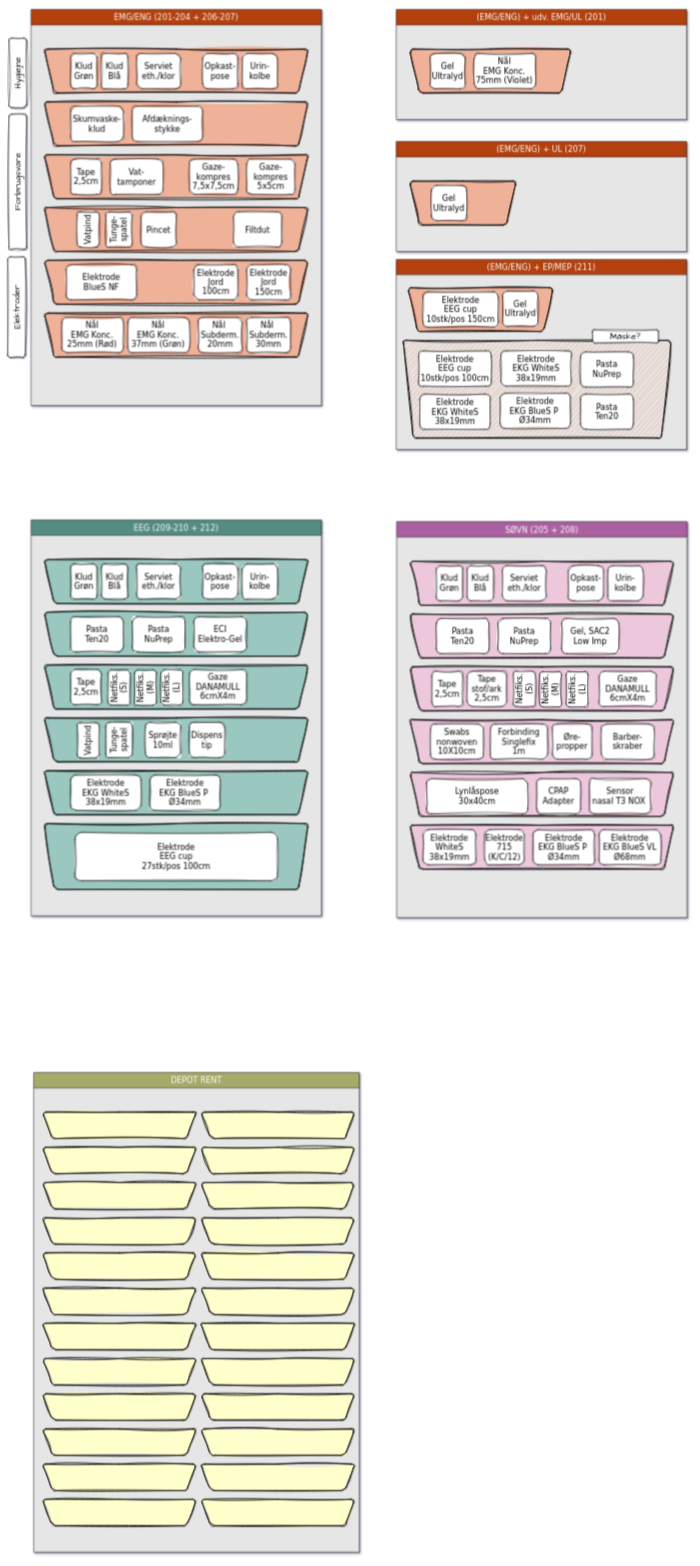
This is Brikskabe v2.drawio from Sighok/hello-world, a draw.io file, before an edit. Source tidied: cells renumbered, new cells numbered last; positions are measured from the earlier drawing's top-left corner, leaving out a move shared by most shapes. Both pictures are drawn from the tidied source at 44%, with x=0, y=0 at pixel (-50, 9).
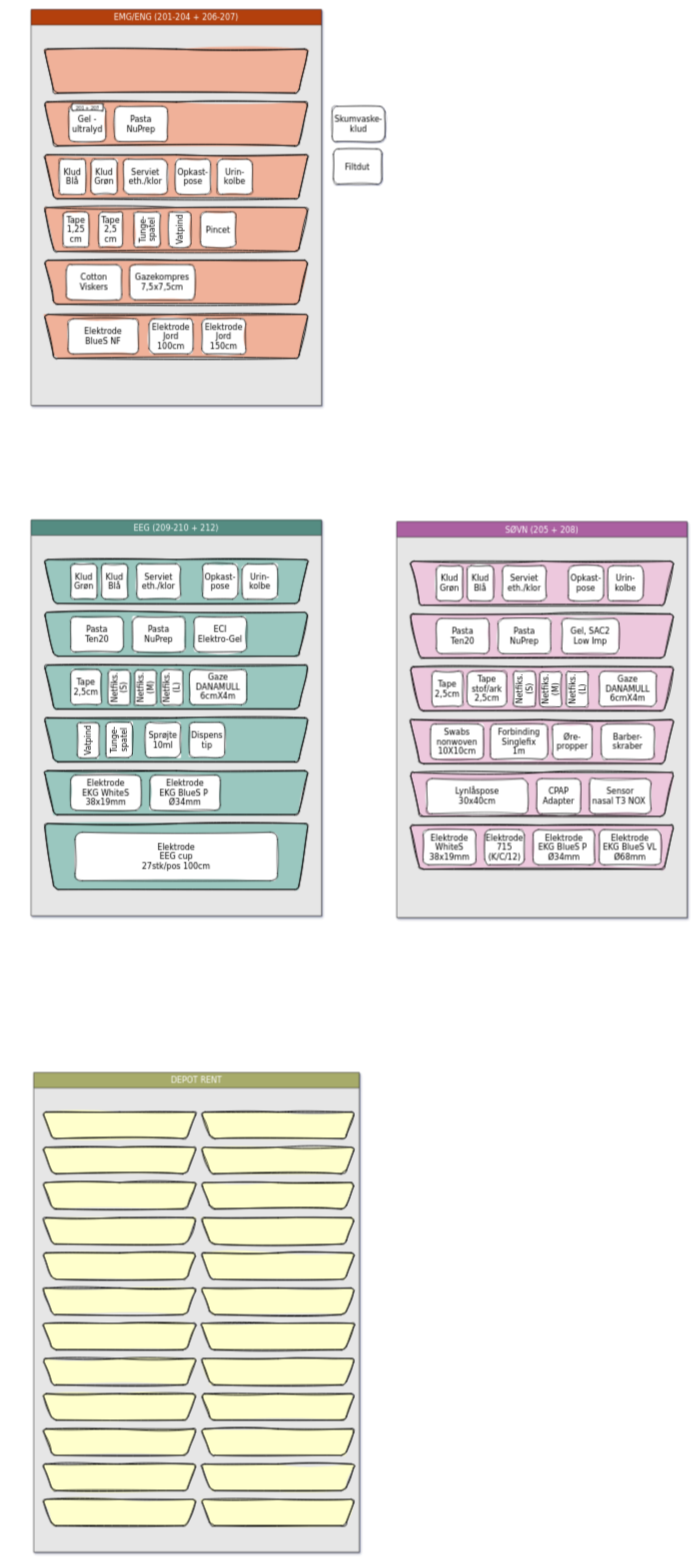
After the change.

Unchanged cells that the change refers to:
```xml
<mxCell id="29" value="EMG/ENG (201-204 + 206-207)" style="swimlane;whiteSpace=wrap;html=1;hachureGap=4;fontFamily=Verdana;fontSize=18;swimlaneFillColor=#E6E6E6;startSize=35;rounded=0;labelBackgroundColor=none;fillStyle=solid;fillColor=#B3400E;fontColor=#FFFFFF;shadow=1;fontStyle=0;glass=0;" parent="1" vertex="1">
  <mxGeometry x="184" width="660" height="900" as="geometry" />
</mxCell>
```

Change to the diagram source:
```diff
@@
-    <mxCell id="31" value="Klud Grøn" style="rounded=1;whiteSpace=wrap;html=1;hachureGap=4;fontFamily=Verdana;fontSize=18;strokeWidth=1;direction=west;rotation=0;sketch=1;curveFitting=1;jiggle=2;" parent="29" vertex="1">
-      <mxGeometry x="90" y="100" width="60" height="80" as="geometry" />
-    </mxCell>
@@
     <mxCell id="36" style="shape=trapezoid;perimeter=trapezoidPerimeter;whiteSpace=wrap;html=1;fixedSize=1;rounded=1;size=22.5;arcSize=17;rotation=-180;labelBackgroundColor=none;shadow=0;fillStyle=solid;strokeWidth=2;perimeterSpacing=0;labelBorderColor=none;fillColor=#F0B199;fontSize=18;fontFamily=Verdana;sketch=1;curveFitting=1;jiggle=2;" parent="29" vertex="1">
-      <mxGeometry x="30" y="690" width="600" height="100" as="geometry" />
+      <mxGeometry x="30" y="693" width="600" height="100" as="geometry" />
     </mxCell>
+    <mxCell id="41" value="Elektrode Jord&lt;br style=&quot;font-size: 18px;&quot;&gt;100cm" style="rounded=1;whiteSpace=wrap;html=1;hachureGap=4;fontFamily=Verdana;fontSize=18;strokeWidth=1;direction=west;rotation=0;spacingRight=2;spacingLeft=2;sketch=1;curveFitting=1;jiggle=2;" parent="29" vertex="1">
+      <mxGeometry x="268" y="703" width="100" height="80" as="geometry" />
+    </mxCell>
+    <mxCell id="42" value="Elektrode&lt;br style=&quot;font-size: 18px;&quot;&gt;BlueS NF" style="rounded=1;whiteSpace=wrap;html=1;hachureGap=4;fontFamily=Verdana;fontSize=18;strokeWidth=1;direction=west;rotation=0;spacingRight=2;spacingLeft=2;sketch=1;curveFitting=1;jiggle=2;" parent="29" vertex="1">
+      <mxGeometry x="84" y="703" width="160" height="80" as="geometry" />
+    </mxCell>
+    <mxCell id="47" value="Gel - ultralyd" style="rounded=1;whiteSpace=wrap;html=1;hachureGap=4;fontFamily=Verdana;fontSize=18;strokeWidth=1;direction=west;rotation=0;spacingRight=2;spacingLeft=2;shadow=0;sketch=1;curveFitting=1;jiggle=2;" parent="29" vertex="1">
+      <mxGeometry x="86" y="220" width="84" height="80" as="geometry" />
+    </mxCell>
+    <mxCell id="52" value="Elektrode Jord&lt;br style=&quot;font-size: 18px;&quot;&gt;150cm" style="rounded=1;whiteSpace=wrap;html=1;hachureGap=4;fontFamily=Verdana;fontSize=18;strokeWidth=1;direction=west;rotation=0;spacingRight=2;spacingLeft=2;sketch=1;curveFitting=1;jiggle=2;" parent="29" vertex="1">
+      <mxGeometry x="388" y="703" width="100" height="80" as="geometry" />
+    </mxCell>
+    <mxCell id="130" value="Pasta&lt;br style=&quot;font-size: 18px;&quot;&gt;NuPrep" style="rounded=1;whiteSpace=wrap;html=1;hachureGap=4;fontFamily=Verdana;fontSize=18;strokeWidth=1;direction=west;rotation=0;spacingRight=2;spacingLeft=2;sketch=1;curveFitting=1;jiggle=2;" parent="29" vertex="1">
+      <mxGeometry x="190" y="220" width="120" height="80" as="geometry" />
+    </mxCell>
     <mxCell id="37" value="Klud Blå" style="rounded=1;whiteSpace=wrap;html=1;hachureGap=4;fontFamily=Verdana;fontSize=18;strokeWidth=1;direction=west;rotation=0;sketch=1;curveFitting=1;jiggle=2;" parent="29" vertex="1">
-      <mxGeometry x="160" y="100" width="60" height="80" as="geometry" />
+      <mxGeometry x="64" y="340" width="60" height="80" as="geometry" />
     </mxCell>
+    <mxCell id="31" value="Klud Grøn" style="rounded=1;whiteSpace=wrap;html=1;hachureGap=4;fontFamily=Verdana;fontSize=18;strokeWidth=1;direction=west;rotation=0;sketch=1;curveFitting=1;jiggle=2;" parent="29" vertex="1">
+      <mxGeometry x="136" y="340" width="60" height="80" as="geometry" />
+    </mxCell>
     <mxCell id="38" value="Serviet&lt;br style=&quot;font-size: 18px;&quot;&gt;eth./klor" style="rounded=1;whiteSpace=wrap;html=1;hachureGap=4;fontFamily=Verdana;fontSize=18;strokeWidth=1;direction=west;rotation=0;shadow=0;sketch=1;curveFitting=1;jiggle=2;" parent="29" vertex="1">
-      <mxGeometry x="240" y="100" width="100" height="80" as="geometry" />
+      <mxGeometry x="210" y="340" width="100" height="80" as="geometry" />
     </mxCell>
     <mxCell id="39" value="Opkast-pose" style="rounded=1;whiteSpace=wrap;html=1;hachureGap=4;fontFamily=Verdana;fontSize=18;strokeWidth=1;direction=west;rotation=0;sketch=1;curveFitting=1;jiggle=2;" parent="29" vertex="1">
-      <mxGeometry x="390" y="100" width="80" height="80" as="geometry" />
+      <mxGeometry x="328" y="340" width="80" height="80" as="geometry" />
     </mxCell>
     <mxCell id="40" value="Urin-kolbe" style="rounded=1;whiteSpace=wrap;html=1;hachureGap=4;fontFamily=Verdana;fontSize=18;strokeWidth=1;direction=west;rotation=0;sketch=1;curveFitting=1;jiggle=2;" parent="29" vertex="1">
-      <mxGeometry x="480" y="100" width="80" height="80" as="geometry" />
+      <mxGeometry x="423" y="340" width="80" height="80" as="geometry" />
     </mxCell>
-    <mxCell id="41" value="Elektrode Jord&lt;br style=&quot;font-size: 18px;&quot;&gt;100cm" style="rounded=1;whiteSpace=wrap;html=1;hachureGap=4;fontFamily=Verdana;fontSize=18;strokeWidth=1;direction=west;rotation=0;spacingRight=2;spacingLeft=2;sketch=1;curveFitting=1;jiggle=2;" parent="29" vertex="1">
-      <mxGeometry x="370" y="580" width="100" height="80" as="geometry" />
-    </mxCell>
-    <mxCell id="42" value="Elektrode&lt;br style=&quot;font-size: 18px;&quot;&gt;BlueS NF" style="rounded=1;whiteSpace=wrap;html=1;hachureGap=4;fontFamily=Verdana;fontSize=18;strokeWidth=1;direction=west;rotation=0;spacingRight=2;spacingLeft=2;sketch=1;curveFitting=1;jiggle=2;" parent="29" vertex="1">
-      <mxGeometry x="80" y="580" width="160" height="80" as="geometry" />
-    </mxCell>
-    <mxCell id="43" value="Tape&lt;br style=&quot;font-size: 18px;&quot;&gt;2,5cm" style="rounded=1;whiteSpace=wrap;html=1;hachureGap=4;fontFamily=Verdana;fontSize=18;strokeWidth=1;direction=west;rotation=0;spacingRight=2;spacingLeft=2;sketch=1;curveFitting=1;jiggle=2;" parent="29" vertex="1">
-      <mxGeometry x="90" y="340" width="70" height="80" as="geometry" />
-    </mxCell>
+    <mxCell id="137" value="Tape&lt;br style=&quot;font-size: 18px;&quot;&gt;2,5 cm" style="rounded=1;whiteSpace=wrap;html=1;hachureGap=4;fontFamily=Verdana;fontSize=18;strokeWidth=1;direction=west;rotation=0;spacingRight=2;spacingLeft=2;sketch=1;curveFitting=1;jiggle=2;" parent="29" vertex="1">
+      <mxGeometry x="154" y="460" width="54" height="80" as="geometry" />
+    </mxCell>
+    <mxCell id="138" value="Tape&lt;br style=&quot;font-size: 18px;&quot;&gt;1,25 cm" style="rounded=1;whiteSpace=wrap;html=1;hachureGap=4;fontFamily=Verdana;fontSize=18;strokeWidth=1;direction=west;rotation=0;spacingRight=2;spacingLeft=2;sketch=1;curveFitting=1;jiggle=2;" parent="29" vertex="1">
+      <mxGeometry x="73" y="460" width="58" height="80" as="geometry" />
+    </mxCell>
+    <mxCell id="45" value="Tunge-spatel" style="rounded=1;whiteSpace=wrap;html=1;hachureGap=4;fontFamily=Verdana;fontSize=18;strokeWidth=1;direction=west;rotation=-90;spacingRight=2;spacingLeft=2;sketch=1;curveFitting=1;jiggle=2;" parent="29" vertex="1">
+      <mxGeometry x="224" y="470" width="80" height="60" as="geometry" />
+    </mxCell>
     <mxCell id="44" value="Vatpind" style="rounded=1;whiteSpace=wrap;html=1;hachureGap=4;fontFamily=Verdana;fontSize=18;strokeWidth=1;direction=west;rotation=-90;spacingRight=2;spacingLeft=2;sketch=1;curveFitting=1;jiggle=2;" parent="29" vertex="1">
-      <mxGeometry x="90" y="475" width="80" height="50" as="geometry" />
+      <mxGeometry x="298" y="475" width="80" height="50" as="geometry" />
     </mxCell>
-    <mxCell id="45" value="Tunge-spatel" style="rounded=1;whiteSpace=wrap;html=1;hachureGap=4;fontFamily=Verdana;fontSize=18;strokeWidth=1;direction=west;rotation=-90;spacingRight=2;spacingLeft=2;sketch=1;curveFitting=1;jiggle=2;" parent="29" vertex="1">
-      <mxGeometry x="160" y="470" width="80" height="60" as="geometry" />
-    </mxCell>
-    <mxCell id="46" value="Vat-tamponer" style="rounded=1;whiteSpace=wrap;html=1;hachureGap=4;fontFamily=Verdana;fontSize=18;strokeWidth=1;direction=west;rotation=0;spacingRight=2;spacingLeft=2;sketch=1;curveFitting=1;jiggle=2;" parent="29" vertex="1">
-      <mxGeometry x="180" y="340" width="120" height="80" as="geometry" />
-    </mxCell>
-    <mxCell id="47" value="Afdæknings-stykke" style="rounded=1;whiteSpace=wrap;html=1;hachureGap=4;fontFamily=Verdana;fontSize=18;strokeWidth=1;direction=west;rotation=0;spacingRight=2;spacingLeft=2;shadow=0;sketch=1;curveFitting=1;jiggle=2;" parent="29" vertex="1">
-      <mxGeometry x="230" y="220" width="160" height="80" as="geometry" />
-    </mxCell>
-    <mxCell id="48" value="Skumvaske-klud" style="rounded=1;whiteSpace=wrap;html=1;hachureGap=4;fontFamily=Verdana;fontSize=18;strokeWidth=1;direction=west;rotation=0;spacingRight=2;spacingLeft=2;shadow=0;sketch=1;curveFitting=1;jiggle=2;" parent="29" vertex="1">
-      <mxGeometry x="90" y="220" width="120" height="80" as="geometry" />
-    </mxCell>
-    <mxCell id="49" value="Nål &lt;br&gt;EMG Konc.&lt;br style=&quot;font-size: 18px;&quot;&gt;25mm (Rød)" style="rounded=1;whiteSpace=wrap;html=1;hachureGap=4;fontFamily=Verdana;fontSize=18;strokeWidth=1;direction=west;rotation=0;spacingRight=2;spacingLeft=0;sketch=1;curveFitting=1;jiggle=2;" parent="29" vertex="1">
-      <mxGeometry x="70" y="700" width="140" height="80" as="geometry" />
-    </mxCell>
     <mxCell id="50" value="Pincet" style="rounded=1;whiteSpace=wrap;html=1;hachureGap=4;fontFamily=Verdana;fontSize=18;strokeWidth=1;direction=west;rotation=0;spacingRight=2;spacingLeft=2;sketch=1;curveFitting=1;jiggle=2;" parent="29" vertex="1">
-      <mxGeometry x="250" y="460" width="80" height="80" as="geometry" />
+      <mxGeometry x="385" y="460" width="80" height="80" as="geometry" />
     </mxCell>
-    <mxCell id="51" value="Filtdut" style="rounded=1;whiteSpace=wrap;html=1;hachureGap=4;fontFamily=Verdana;fontSize=18;strokeWidth=1;direction=west;rotation=0;spacingRight=2;spacingLeft=2;sketch=1;curveFitting=1;jiggle=2;" parent="29" vertex="1">
-      <mxGeometry x="460" y="460" width="110" height="80" as="geometry" />
-    </mxCell>
-    <mxCell id="52" value="Elektrode Jord&lt;br style=&quot;font-size: 18px;&quot;&gt;150cm" style="rounded=1;whiteSpace=wrap;html=1;hachureGap=4;fontFamily=Verdana;fontSize=18;strokeWidth=1;direction=west;rotation=0;spacingRight=2;spacingLeft=2;sketch=1;curveFitting=1;jiggle=2;" parent="29" vertex="1">
-      <mxGeometry x="490" y="580" width="100" height="80" as="geometry" />
-    </mxCell>
-    <mxCell id="53" value="Gaze-kompres&lt;br style=&quot;font-size: 18px;&quot;&gt;7,5x7,5cm" style="rounded=1;whiteSpace=wrap;html=1;hachureGap=4;fontFamily=Verdana;fontSize=18;strokeWidth=1;direction=west;rotation=0;spacingRight=2;spacingLeft=2;sketch=1;curveFitting=1;jiggle=2;" parent="29" vertex="1">
-      <mxGeometry x="360" y="340" width="110" height="80" as="geometry" />
+    <mxCell id="53" value="Gazekompres&lt;br style=&quot;font-size: 18px;&quot;&gt;7,5x7,5cm" style="rounded=1;whiteSpace=wrap;html=1;hachureGap=4;fontFamily=Verdana;fontSize=18;strokeWidth=1;direction=west;rotation=0;spacingRight=2;spacingLeft=2;sketch=1;curveFitting=1;jiggle=2;" parent="29" vertex="1">
+      <mxGeometry x="224" y="580" width="148" height="80" as="geometry" />
     </mxCell>
-    <mxCell id="54" value="Nål &lt;br&gt;EMG Konc.&lt;br style=&quot;font-size: 18px;&quot;&gt;37mm (Grøn)" style="rounded=1;whiteSpace=wrap;html=1;hachureGap=4;fontFamily=Verdana;fontSize=18;strokeWidth=1;direction=west;rotation=0;spacingRight=2;spacingLeft=0;sketch=1;curveFitting=1;jiggle=2;" parent="29" vertex="1">
-      <mxGeometry x="220" y="700" width="140" height="80" as="geometry" />
-    </mxCell>
-    <mxCell id="55" value="Nål&amp;nbsp;&lt;br&gt;Subderm.&lt;br&gt;20mm" style="rounded=1;whiteSpace=wrap;html=1;hachureGap=4;fontFamily=Verdana;fontSize=18;strokeWidth=1;direction=west;rotation=0;spacingRight=2;spacingLeft=2;sketch=1;curveFitting=1;jiggle=2;" parent="29" vertex="1">
-      <mxGeometry x="380" y="700" width="100" height="80" as="geometry" />
-    </mxCell>
-    <mxCell id="56" value="Nål&amp;nbsp;&lt;br&gt;Subderm.&lt;br&gt;30mm" style="rounded=1;whiteSpace=wrap;html=1;hachureGap=4;fontFamily=Verdana;fontSize=18;strokeWidth=1;direction=west;rotation=0;spacingRight=2;spacingLeft=2;sketch=1;curveFitting=1;jiggle=2;" parent="29" vertex="1">
-      <mxGeometry x="490" y="700" width="100" height="80" as="geometry" />
-    </mxCell>
-    <mxCell id="57" value="Gaze-kompres&lt;br style=&quot;font-size: 18px;&quot;&gt;5x5cm" style="rounded=1;whiteSpace=wrap;html=1;hachureGap=4;fontFamily=Verdana;fontSize=18;strokeWidth=1;direction=west;rotation=0;spacingRight=2;spacingLeft=2;sketch=1;curveFitting=1;jiggle=2;" parent="29" vertex="1">
-      <mxGeometry x="490" y="340" width="110" height="80" as="geometry" />
+    <mxCell id="57" value="Cotton Viskers" style="rounded=1;whiteSpace=wrap;html=1;hachureGap=4;fontFamily=Verdana;fontSize=18;strokeWidth=1;direction=west;rotation=0;spacingRight=2;spacingLeft=2;sketch=1;curveFitting=1;jiggle=2;" parent="29" vertex="1">
+      <mxGeometry x="80" y="580" width="126" height="80" as="geometry" />
     </mxCell>
+    <mxCell id="139" value="&lt;font style=&quot;font-size: 10px;&quot;&gt;201 + 207&lt;/font&gt;" style="rounded=1;whiteSpace=wrap;html=1;hachureGap=4;fontFamily=Verdana;fontSize=18;strokeWidth=1;direction=west;rotation=0;spacingRight=2;spacingLeft=2;shadow=0;sketch=1;curveFitting=1;jiggle=2;" parent="29" vertex="1">
+      <mxGeometry x="92.5" y="214" width="71" height="16" as="geometry" />
+    </mxCell>
@@
-    <mxCell id="90" value="(EMG/ENG) + udv. EMG/UL (201)" style="swimlane;whiteSpace=wrap;html=1;hachureGap=4;fontFamily=Verdana;fontSize=18;swimlaneFillColor=#E6E6E6;startSize=35;rounded=0;labelBackgroundColor=none;fillStyle=solid;fillColor=#B3400E;fontColor=#FFFFFF;shadow=1;fontStyle=0;glass=0;" parent="1" vertex="1">
-      <mxGeometry x="1014" width="660" height="250" as="geometry" />
-    </mxCell>
-    <mxCell id="91" style="shape=trapezoid;perimeter=trapezoidPerimeter;whiteSpace=wrap;html=1;fixedSize=1;rounded=1;size=22.5;arcSize=17;rotation=-180;labelBackgroundColor=none;shadow=0;fillStyle=solid;strokeWidth=2;perimeterSpacing=0;labelBorderColor=none;fillColor=#F0B199;fontSize=18;fontFamily=Verdana;sketch=1;curveFitting=1;jiggle=2;" parent="90" vertex="1">
-      <mxGeometry x="30" y="90" width="368" height="100" as="geometry" />
-    </mxCell>
-    <mxCell id="92" value="Gel&lt;br&gt;Ultralyd" style="rounded=1;whiteSpace=wrap;html=1;hachureGap=4;fontFamily=Verdana;fontSize=18;strokeWidth=1;direction=west;rotation=0;sketch=1;curveFitting=1;jiggle=2;" parent="90" vertex="1">
-      <mxGeometry x="77" y="100" width="80" height="80" as="geometry" />
-    </mxCell>
-    <mxCell id="93" value="Nål &lt;br&gt;EMG Konc.&lt;br style=&quot;font-size: 18px;&quot;&gt;75mm (Violet)" style="rounded=1;whiteSpace=wrap;html=1;hachureGap=4;fontFamily=Verdana;fontSize=18;strokeWidth=1;direction=west;rotation=0;spacingRight=2;spacingLeft=0;sketch=1;curveFitting=1;jiggle=2;" parent="90" vertex="1">
-      <mxGeometry x="177" y="100" width="140" height="80" as="geometry" />
-    </mxCell>
@@
-    <mxCell id="119" value="(EMG/ENG) + UL (207)" style="swimlane;whiteSpace=wrap;html=1;hachureGap=4;fontFamily=Verdana;fontSize=18;swimlaneFillColor=#E6E6E6;startSize=35;rounded=0;labelBackgroundColor=none;fillStyle=solid;fillColor=#B3400E;fontColor=#FFFFFF;shadow=1;fontStyle=0;glass=0;" parent="1" vertex="1">
-      <mxGeometry x="1014" y="300" width="660" height="250" as="geometry" />
-    </mxCell>
-    <mxCell id="120" style="shape=trapezoid;perimeter=trapezoidPerimeter;whiteSpace=wrap;html=1;fixedSize=1;rounded=1;size=22.5;arcSize=17;rotation=-180;labelBackgroundColor=none;shadow=0;fillStyle=solid;strokeWidth=2;perimeterSpacing=0;labelBorderColor=none;fillColor=#F0B199;fontSize=18;fontFamily=Verdana;sketch=1;curveFitting=1;jiggle=2;" parent="119" vertex="1">
-      <mxGeometry x="30" y="90" width="243" height="100" as="geometry" />
-    </mxCell>
-    <mxCell id="121" value="Gel&lt;br&gt;Ultralyd" style="rounded=1;whiteSpace=wrap;html=1;hachureGap=4;fontFamily=Verdana;fontSize=18;strokeWidth=1;direction=west;rotation=0;sketch=1;curveFitting=1;jiggle=2;" parent="119" vertex="1">
-      <mxGeometry x="80" y="100" width="80" height="80" as="geometry" />
-    </mxCell>
-    <mxCell id="122" value="(EMG/ENG) + EP/MEP (211)" style="swimlane;whiteSpace=wrap;html=1;hachureGap=4;fontFamily=Verdana;fontSize=18;swimlaneFillColor=#E6E6E6;startSize=35;rounded=0;labelBackgroundColor=none;fillStyle=solid;fillColor=#B3400E;fontColor=#FFFFFF;shadow=1;fontStyle=0;glass=0;" parent="1" vertex="1">
-      <mxGeometry x="1014" y="568" width="660" height="432" as="geometry" />
-    </mxCell>
-    <mxCell id="123" style="shape=trapezoid;perimeter=trapezoidPerimeter;whiteSpace=wrap;html=1;fixedSize=1;rounded=1;size=22.5;arcSize=17;rotation=-180;labelBackgroundColor=none;shadow=0;fillStyle=solid;strokeWidth=2;perimeterSpacing=0;labelBorderColor=none;fillColor=#F0B199;fontSize=18;fontFamily=Verdana;sketch=1;curveFitting=1;jiggle=2;" parent="122" vertex="1">
-      <mxGeometry x="26" y="64" width="331" height="100" as="geometry" />
-    </mxCell>
-    <mxCell id="124" value="Elektrode&lt;br style=&quot;font-size: 18px;&quot;&gt;EEG cup&lt;br style=&quot;font-size: 18px;&quot;&gt;10stk/pos 150cm" style="rounded=1;whiteSpace=wrap;html=1;hachureGap=4;fontFamily=Verdana;fontSize=18;strokeWidth=1;direction=west;rotation=0;spacingRight=2;spacingLeft=2;sketch=1;curveFitting=1;jiggle=2;" parent="122" vertex="1">
-      <mxGeometry x="61" y="74" width="171" height="80" as="geometry" />
-    </mxCell>
-    <mxCell id="125" style="shape=trapezoid;perimeter=trapezoidPerimeter;whiteSpace=wrap;html=1;fixedSize=1;rounded=1;size=22.5;arcSize=17;rotation=-180;labelBackgroundColor=none;shadow=0;fillStyle=auto;strokeWidth=2;perimeterSpacing=0;labelBorderColor=none;fillColor=#F0B199;fontSize=18;fontFamily=Verdana;sketch=1;curveFitting=1;jiggle=2;" parent="122" vertex="1">
-      <mxGeometry x="16" y="184" width="609" height="222" as="geometry" />
-    </mxCell>
-    <mxCell id="126" value="Elektrode&lt;br style=&quot;font-size: 18px;&quot;&gt;EEG cup&lt;br style=&quot;font-size: 18px;&quot;&gt;10stk/pos 100cm" style="rounded=1;whiteSpace=wrap;html=1;hachureGap=4;fontFamily=Verdana;fontSize=18;strokeWidth=1;direction=west;rotation=0;spacingRight=2;spacingLeft=2;sketch=1;curveFitting=1;jiggle=2;" parent="122" vertex="1">
-      <mxGeometry x="51" y="208" width="165" height="80" as="geometry" />
-    </mxCell>
-    <mxCell id="127" value="Elektrode&lt;br&gt;EKG WhiteS&lt;br style=&quot;font-size: 18px;&quot;&gt;38x19mm" style="rounded=1;whiteSpace=wrap;html=1;hachureGap=4;fontFamily=Verdana;fontSize=18;strokeWidth=1;direction=west;rotation=0;spacingRight=2;spacingLeft=2;sketch=1;curveFitting=1;jiggle=2;" parent="122" vertex="1">
-      <mxGeometry x="53.5" y="306" width="160" height="80" as="geometry" />
-    </mxCell>
-    <mxCell id="128" value="Elektrode &lt;br style=&quot;font-size: 18px;&quot;&gt;EKG BlueS P&amp;nbsp;&lt;br style=&quot;font-size: 18px;&quot;&gt;Ø34mm" style="rounded=1;whiteSpace=wrap;html=1;hachureGap=4;fontFamily=Verdana;fontSize=18;strokeWidth=1;direction=west;rotation=0;spacingRight=2;spacingLeft=2;sketch=1;curveFitting=1;jiggle=2;" parent="122" vertex="1">
-      <mxGeometry x="236" y="304" width="160" height="80" as="geometry" />
-    </mxCell>
-    <mxCell id="129" value="Elektrode&lt;br&gt;EKG WhiteS&lt;br style=&quot;font-size: 18px;&quot;&gt;38x19mm" style="rounded=1;whiteSpace=wrap;html=1;hachureGap=4;fontFamily=Verdana;fontSize=18;strokeWidth=1;direction=west;rotation=0;spacingRight=2;spacingLeft=2;sketch=1;curveFitting=1;jiggle=2;" parent="122" vertex="1">
-      <mxGeometry x="238" y="208" width="160" height="80" as="geometry" />
-    </mxCell>
-    <mxCell id="130" value="Pasta&lt;br style=&quot;font-size: 18px;&quot;&gt;NuPrep" style="rounded=1;whiteSpace=wrap;html=1;hachureGap=4;fontFamily=Verdana;fontSize=18;strokeWidth=1;direction=west;rotation=0;spacingRight=2;spacingLeft=2;sketch=1;curveFitting=1;jiggle=2;" parent="122" vertex="1">
-      <mxGeometry x="419" y="210" width="120" height="80" as="geometry" />
-    </mxCell>
-    <mxCell id="131" value="Pasta&lt;br style=&quot;font-size: 18px;&quot;&gt;Ten20" style="rounded=1;whiteSpace=wrap;html=1;hachureGap=4;fontFamily=Verdana;fontSize=18;strokeWidth=1;direction=west;rotation=0;spacingRight=2;spacingLeft=2;sketch=1;curveFitting=1;jiggle=2;" parent="122" vertex="1">
-      <mxGeometry x="419" y="306" width="120" height="80" as="geometry" />
-    </mxCell>
-    <mxCell id="132" value="Måske?" style="rounded=1;whiteSpace=wrap;html=1;sketch=1;hachureGap=4;jiggle=2;curveFitting=1;fontFamily=Architects Daughter;fontSize=20;" parent="122" vertex="1">
-      <mxGeometry x="446" y="160" width="150" height="30" as="geometry" />
-    </mxCell>
-    <mxCell id="133" value="Gel&lt;br&gt;Ultralyd" style="rounded=1;whiteSpace=wrap;html=1;hachureGap=4;fontFamily=Verdana;fontSize=18;strokeWidth=1;direction=west;rotation=0;sketch=1;curveFitting=1;jiggle=2;" parent="122" vertex="1">
-      <mxGeometry x="242" y="72" width="80" height="80" as="geometry" />
-    </mxCell>
-    <mxCell id="134" value="Hygiejne" style="rounded=1;whiteSpace=wrap;html=1;sketch=1;hachureGap=4;jiggle=2;curveFitting=1;fontFamily=Architects Daughter;fontSize=20;rotation=-90;" parent="1" vertex="1">
-      <mxGeometry x="75" y="124" width="158" height="40" as="geometry" />
-    </mxCell>
-    <mxCell id="135" value="Forbrugsvare" style="rounded=1;whiteSpace=wrap;html=1;sketch=1;hachureGap=4;jiggle=2;curveFitting=1;fontFamily=Architects Daughter;fontSize=20;rotation=-90;" parent="1" vertex="1">
-      <mxGeometry x="0.4" y="371.4" width="307.2" height="40" as="geometry" />
-    </mxCell>
-    <mxCell id="136" value="Elektroder" style="rounded=1;whiteSpace=wrap;html=1;sketch=1;hachureGap=4;jiggle=2;curveFitting=1;fontFamily=Architects Daughter;fontSize=20;rotation=-90;" parent="1" vertex="1">
-      <mxGeometry x="36.5" y="656.5" width="229" height="40" as="geometry" />
-    </mxCell>
+    <mxCell id="48" value="Skumvaske-klud" style="rounded=1;whiteSpace=wrap;html=1;hachureGap=4;fontFamily=Verdana;fontSize=18;strokeWidth=1;direction=west;rotation=0;spacingRight=2;spacingLeft=2;shadow=0;sketch=1;curveFitting=1;jiggle=2;" parent="1" vertex="1">
+      <mxGeometry x="868" y="220" width="120" height="80" as="geometry" />
+    </mxCell>
+    <mxCell id="51" value="Filtdut" style="rounded=1;whiteSpace=wrap;html=1;hachureGap=4;fontFamily=Verdana;fontSize=18;strokeWidth=1;direction=west;rotation=0;spacingRight=2;spacingLeft=2;sketch=1;curveFitting=1;jiggle=2;" parent="1" vertex="1">
+      <mxGeometry x="871" y="317" width="110" height="80" as="geometry" />
+    </mxCell>
```
